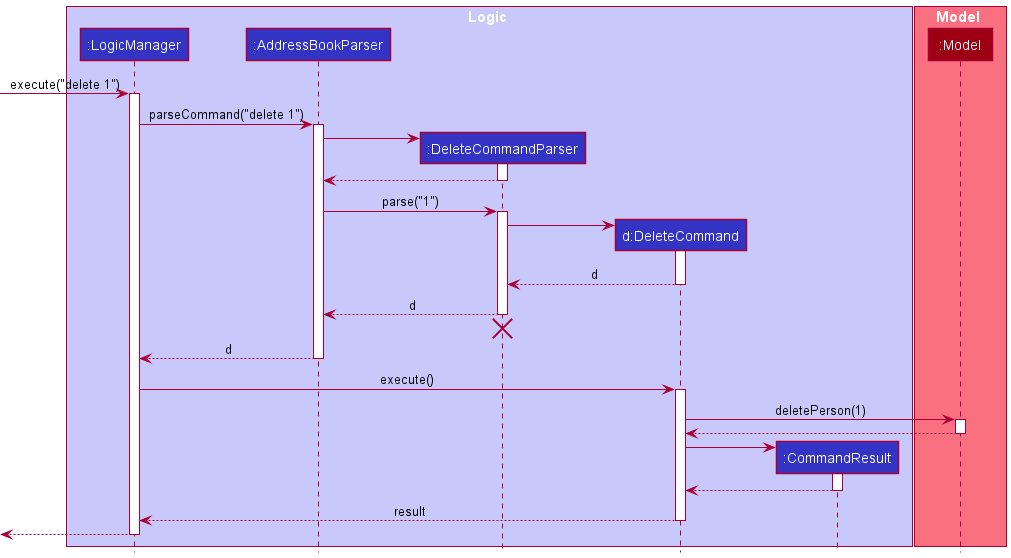
nus-cs2103-AY2122S1/tp keeps this PlantUML diagram as docs/diagrams/DeleteSequenceDiagram.png. Above is the earlier version.
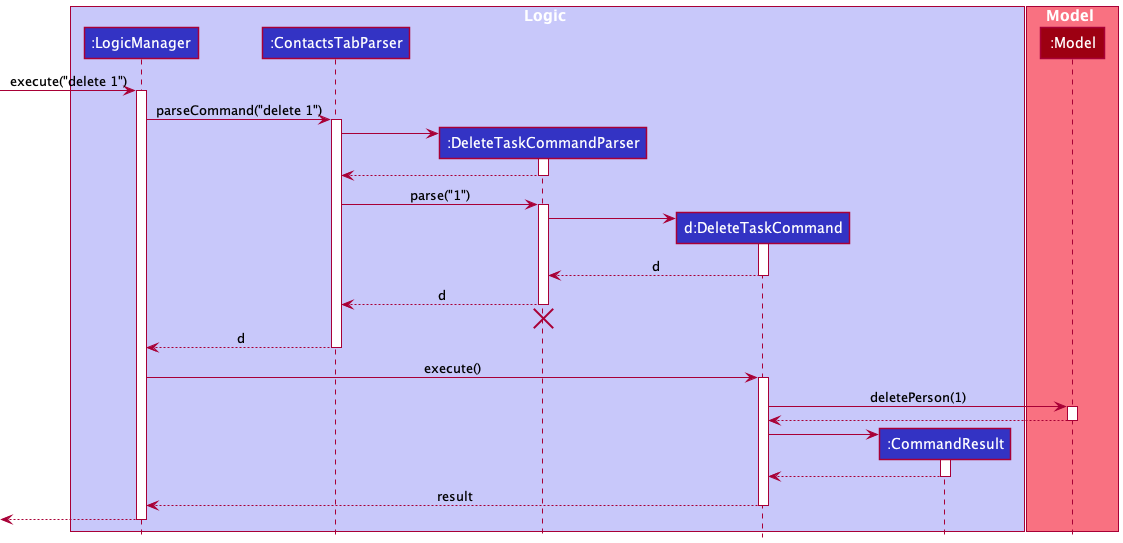
Later version of the same file.

The edit, as a diff of the source:
```diff
@@ -3,9 +3,9 @@
 
 box Logic LOGIC_COLOR_T1
 participant ":LogicManager" as LogicManager LOGIC_COLOR
-participant ":AddressBookParser" as AddressBookParser LOGIC_COLOR
-participant ":DeleteCommandParser" as DeleteCommandParser LOGIC_COLOR
-participant "d:DeleteCommand" as DeleteCommand LOGIC_COLOR
+participant ":ContactsTabParser" as ContactsTabParser LOGIC_COLOR
+participant ":DeleteTaskCommandParser" as DeleteTaskCommandParser LOGIC_COLOR
+participant "d:DeleteTaskCommand" as DeleteTaskCommand LOGIC_COLOR
 participant ":CommandResult" as CommandResult LOGIC_COLOR
 end box
 
@@ -16,52 +16,52 @@
 [-> LogicManager : execute("delete 1")
 activate LogicManager
 
-LogicManager -> AddressBookParser : parseCommand("delete 1")
-activate AddressBookParser
+LogicManager -> ContactsTabParser : parseCommand("delete 1")
+activate ContactsTabParser
 
-create DeleteCommandParser
-AddressBookParser -> DeleteCommandParser
-activate DeleteCommandParser
+create DeleteTaskCommandParser
+ContactsTabParser -> DeleteTaskCommandParser
+activate DeleteTaskCommandParser
 
-DeleteCommandParser --> AddressBookParser
-deactivate DeleteCommandParser
+DeleteTaskCommandParser --> ContactsTabParser
+deactivate DeleteTaskCommandParser
 
-AddressBookParser -> DeleteCommandParser : parse("1")
-activate DeleteCommandParser
+ContactsTabParser -> DeleteTaskCommandParser : parse("1")
+activate DeleteTaskCommandParser
 
-create DeleteCommand
-DeleteCommandParser -> DeleteCommand
-activate DeleteCommand
+create DeleteTaskCommand
+DeleteTaskCommandParser -> DeleteTaskCommand
+activate DeleteTaskCommand
 
-DeleteCommand --> DeleteCommandParser : d
-deactivate DeleteCommand
+DeleteTaskCommand --> DeleteTaskCommandParser : d
+deactivate DeleteTaskCommand
 
-DeleteCommandParser --> AddressBookParser : d
-deactivate DeleteCommandParser
-DeleteCommandParser -[hidden]-> AddressBookParser
-destroy DeleteCommandParser
+DeleteTaskCommandParser --> ContactsTabParser : d
+deactivate DeleteTaskCommandParser
+DeleteTaskCommandParser -[hidden]-> ContactsTabParser
+destroy DeleteTaskCommandParser
 
-AddressBookParser --> LogicManager : d
-deactivate AddressBookParser
+ContactsTabParser --> LogicManager : d
+deactivate ContactsTabParser
 
-LogicManager -> DeleteCommand : execute()
-activate DeleteCommand
+LogicManager -> DeleteTaskCommand : execute()
+activate DeleteTaskCommand
 
-DeleteCommand -> Model : deletePerson(1)
+DeleteTaskCommand -> Model : deletePerson(1)
 activate Model
 
-Model --> DeleteCommand
+Model --> DeleteTaskCommand
 deactivate Model
 
 create CommandResult
-DeleteCommand -> CommandResult
+DeleteTaskCommand -> CommandResult
 activate CommandResult
 
-CommandResult --> DeleteCommand
+CommandResult --> DeleteTaskCommand
 deactivate CommandResult
 
-DeleteCommand --> LogicManager : result
-deactivate DeleteCommand
+DeleteTaskCommand --> LogicManager : result
+deactivate DeleteTaskCommand
 
 [<--LogicManager
 deactivate LogicManager
```
